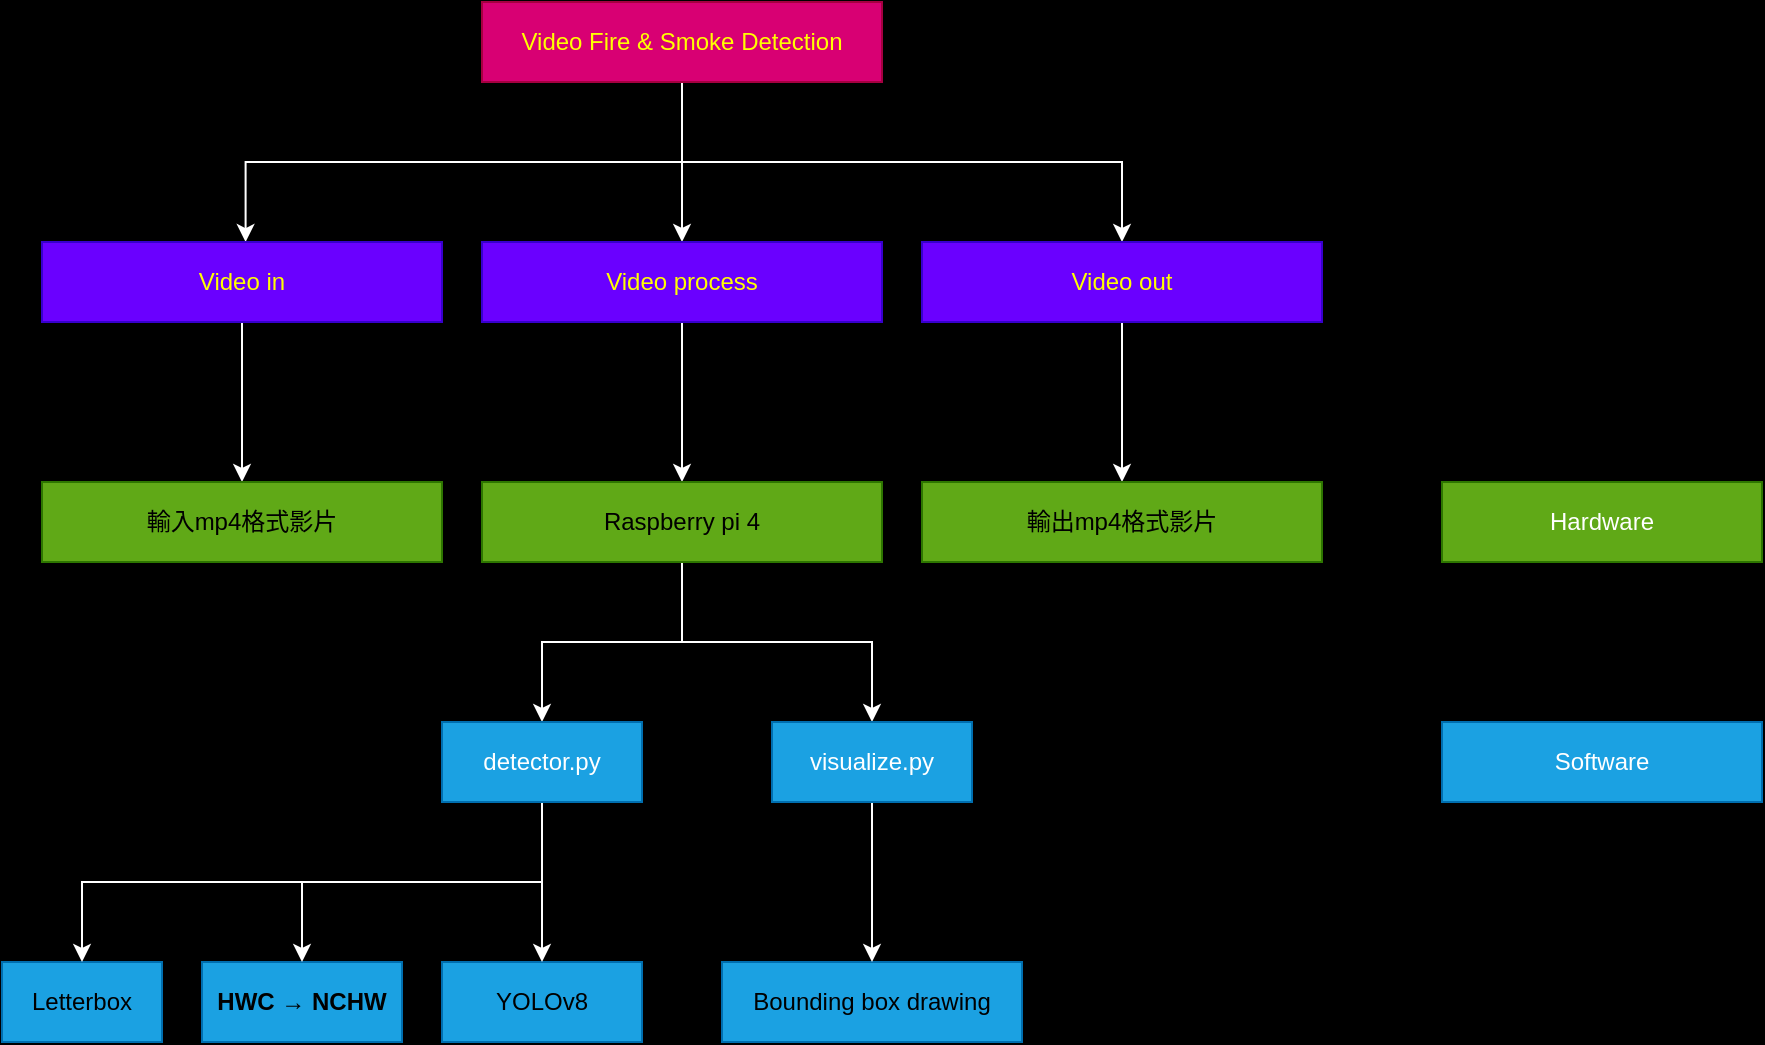
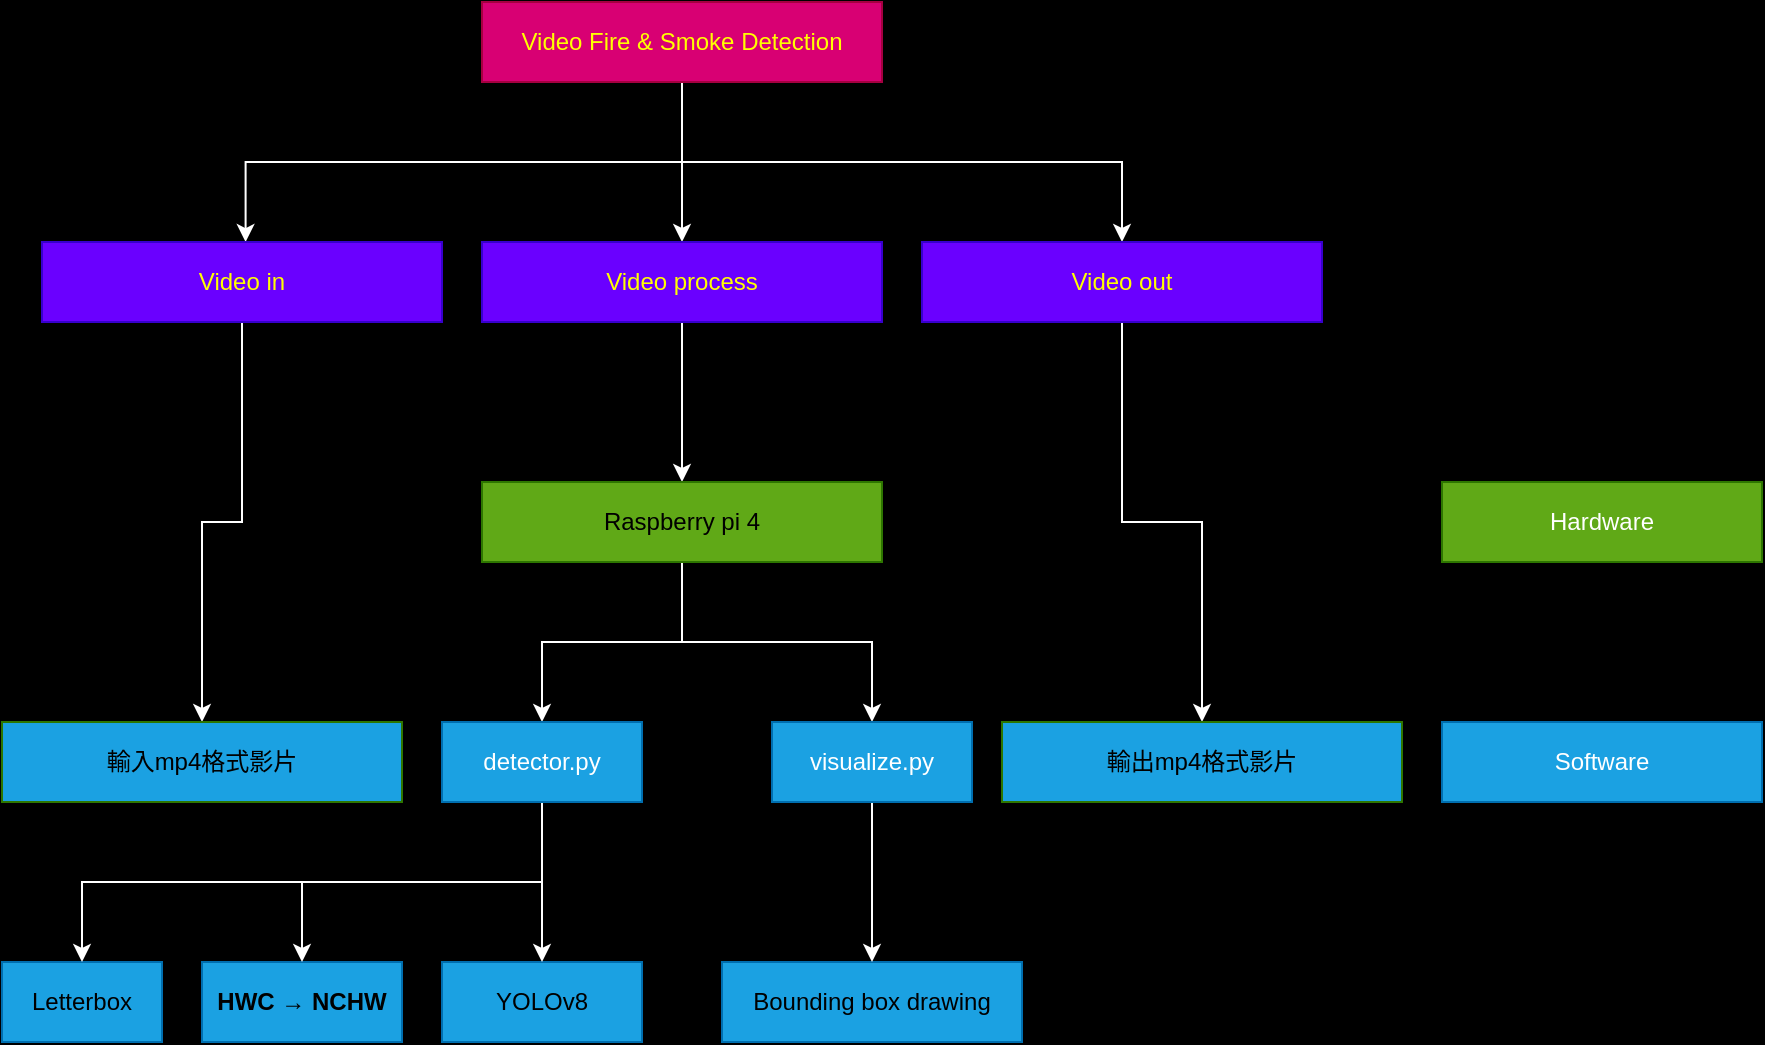
<mxfile host="65bd71144e">
    <diagram id="elFDKxKAeqgg4vxtUrqK" name="Page-1">
-         <mxGraphModel dx="1927" dy="953" grid="1" gridSize="10" guides="1" tooltips="1" connect="1" arrows="1" fold="1" page="1" pageScale="1" pageWidth="850" pageHeight="1100" background="#000000" math="0" shadow="0">
+         <mxGraphModel dx="1255" dy="1067" grid="1" gridSize="10" guides="1" tooltips="1" connect="1" arrows="1" fold="1" page="1" pageScale="1" pageWidth="850" pageHeight="1100" background="#000000" math="0" shadow="0">
            <root>
                <mxCell id="0"/>
                <mxCell id="1" parent="0"/>
-                 <mxCell id="8" style="edgeStyle=orthogonalEdgeStyle;html=1;exitX=0.5;exitY=1;exitDx=0;exitDy=0;fontColor=#FFFFFF;strokeColor=#FFFFFF;rounded=0;" edge="1" parent="1" source="4" target="6">
+                 <mxCell id="8" style="edgeStyle=orthogonalEdgeStyle;html=1;exitX=0.5;exitY=1;exitDx=0;exitDy=0;fontColor=#FFFFFF;strokeColor=#FFFFFF;rounded=0;" parent="1" source="4" target="6" edge="1">
                    <mxGeometry relative="1" as="geometry"/>
                </mxCell>
-                 <mxCell id="9" style="edgeStyle=orthogonalEdgeStyle;html=1;entryX=0.509;entryY=0.001;entryDx=0;entryDy=0;entryPerimeter=0;fontColor=#FFFFFF;strokeColor=#FFFFFF;rounded=0;" edge="1" parent="1" target="5">
+                 <mxCell id="9" style="edgeStyle=orthogonalEdgeStyle;html=1;entryX=0.509;entryY=0.001;entryDx=0;entryDy=0;entryPerimeter=0;fontColor=#FFFFFF;strokeColor=#FFFFFF;rounded=0;" parent="1" target="5" edge="1">
                    <mxGeometry relative="1" as="geometry">
                        <mxPoint x="380" y="160" as="sourcePoint"/>
                        <Array as="points">
                            <mxPoint x="380" y="200"/>
                            <mxPoint x="162" y="200"/>
                        </Array>
                    </mxGeometry>
                </mxCell>
-                 <mxCell id="10" style="edgeStyle=orthogonalEdgeStyle;html=1;exitX=0.5;exitY=1;exitDx=0;exitDy=0;entryX=0.5;entryY=0;entryDx=0;entryDy=0;fontColor=#FFFFFF;strokeColor=#FFFFFF;rounded=0;" edge="1" parent="1" source="4" target="7">
+                 <mxCell id="10" style="edgeStyle=orthogonalEdgeStyle;html=1;exitX=0.5;exitY=1;exitDx=0;exitDy=0;entryX=0.5;entryY=0;entryDx=0;entryDy=0;fontColor=#FFFFFF;strokeColor=#FFFFFF;rounded=0;" parent="1" source="4" target="7" edge="1">
                    <mxGeometry relative="1" as="geometry"/>
                </mxCell>
-                 <mxCell id="4" value="&lt;font color=&quot;#ffff00&quot;&gt;Video Fire &amp;amp; Smoke Detection&lt;/font&gt;" style="whiteSpace=wrap;fontColor=#ffffff;html=1;fillColor=#d80073;strokeColor=#A50040;" vertex="1" parent="1">
+                 <mxCell id="4" value="&lt;font color=&quot;#ffff00&quot;&gt;Video Fire &amp;amp; Smoke Detection&lt;/font&gt;" style="whiteSpace=wrap;fontColor=#ffffff;html=1;fillColor=#d80073;strokeColor=#A50040;" parent="1" vertex="1">
                    <mxGeometry x="280" y="120" width="200" height="40" as="geometry"/>
                </mxCell>
-                 <mxCell id="14" style="edgeStyle=orthogonalEdgeStyle;html=1;exitX=0.5;exitY=1;exitDx=0;exitDy=0;entryX=0.5;entryY=0;entryDx=0;entryDy=0;fontColor=#FFFFFF;strokeColor=#FFFFFF;rounded=0;" edge="1" parent="1" source="5" target="12">
+                 <mxCell id="14" style="edgeStyle=orthogonalEdgeStyle;html=1;exitX=0.5;exitY=1;exitDx=0;exitDy=0;entryX=0.5;entryY=0;entryDx=0;entryDy=0;fontColor=#FFFFFF;strokeColor=#FFFFFF;rounded=0;" parent="1" source="5" target="12" edge="1">
                    <mxGeometry relative="1" as="geometry"/>
                </mxCell>
-                 <mxCell id="5" value="&lt;font color=&quot;#ffff00&quot;&gt;Video in&lt;br&gt;&lt;/font&gt;" style="whiteSpace=wrap;fontColor=#ffffff;html=1;fillColor=#6a00ff;strokeColor=#3700CC;" vertex="1" parent="1">
+                 <mxCell id="5" value="&lt;font color=&quot;#ffff00&quot;&gt;Video in&lt;br&gt;&lt;/font&gt;" style="whiteSpace=wrap;fontColor=#ffffff;html=1;fillColor=#6a00ff;strokeColor=#3700CC;" parent="1" vertex="1">
                    <mxGeometry x="60" y="240" width="200" height="40" as="geometry"/>
                </mxCell>
-                 <mxCell id="17" style="edgeStyle=orthogonalEdgeStyle;html=1;exitX=0.5;exitY=1;exitDx=0;exitDy=0;entryX=0.5;entryY=0;entryDx=0;entryDy=0;fontColor=#FFFFFF;strokeColor=#FFFFFF;rounded=0;" edge="1" parent="1" source="6" target="16">
+                 <mxCell id="17" style="edgeStyle=orthogonalEdgeStyle;html=1;exitX=0.5;exitY=1;exitDx=0;exitDy=0;entryX=0.5;entryY=0;entryDx=0;entryDy=0;fontColor=#FFFFFF;strokeColor=#FFFFFF;rounded=0;" parent="1" source="6" target="16" edge="1">
                    <mxGeometry relative="1" as="geometry"/>
                </mxCell>
-                 <mxCell id="6" value="&lt;font color=&quot;#ffff00&quot;&gt;Video process&lt;br&gt;&lt;/font&gt;" style="whiteSpace=wrap;fontColor=#ffffff;html=1;fillColor=#6a00ff;strokeColor=#3700CC;" vertex="1" parent="1">
+                 <mxCell id="6" value="&lt;font color=&quot;#ffff00&quot;&gt;Video process&lt;br&gt;&lt;/font&gt;" style="whiteSpace=wrap;fontColor=#ffffff;html=1;fillColor=#6a00ff;strokeColor=#3700CC;" parent="1" vertex="1">
                    <mxGeometry x="280" y="240" width="200" height="40" as="geometry"/>
                </mxCell>
-                 <mxCell id="15" style="edgeStyle=orthogonalEdgeStyle;html=1;exitX=0.5;exitY=1;exitDx=0;exitDy=0;entryX=0.5;entryY=0;entryDx=0;entryDy=0;fontColor=#FFFFFF;strokeColor=#FFFFFF;rounded=0;" edge="1" parent="1" source="7" target="13">
+                 <mxCell id="15" style="edgeStyle=orthogonalEdgeStyle;html=1;exitX=0.5;exitY=1;exitDx=0;exitDy=0;entryX=0.5;entryY=0;entryDx=0;entryDy=0;fontColor=#FFFFFF;strokeColor=#FFFFFF;rounded=0;" parent="1" source="7" target="13" edge="1">
                    <mxGeometry relative="1" as="geometry"/>
                </mxCell>
-                 <mxCell id="7" value="&lt;font color=&quot;#ffff00&quot;&gt;Video out&lt;/font&gt;" style="whiteSpace=wrap;fontColor=#ffffff;html=1;fillColor=#6a00ff;strokeColor=#3700CC;" vertex="1" parent="1">
+                 <mxCell id="7" value="&lt;font color=&quot;#ffff00&quot;&gt;Video out&lt;/font&gt;" style="whiteSpace=wrap;fontColor=#ffffff;html=1;fillColor=#6a00ff;strokeColor=#3700CC;" parent="1" vertex="1">
                    <mxGeometry x="500" y="240" width="200" height="40" as="geometry"/>
                </mxCell>
-                 <mxCell id="12" value="&lt;font&gt;輸入mp4格式影片&lt;br&gt;&lt;/font&gt;" style="whiteSpace=wrap;fontColor=default;html=1;fillColor=#60a917;strokeColor=#2D7600;" vertex="1" parent="1">
-                     <mxGeometry x="60" y="360" width="200" height="40" as="geometry"/>
+                 <mxCell id="12" value="&lt;font&gt;輸入mp4格式影片&lt;br&gt;&lt;/font&gt;" style="whiteSpace=wrap;fontColor=default;html=1;fillColor=#1BA1E2;strokeColor=#2D7600;" parent="1" vertex="1">
+                     <mxGeometry x="40" y="480" width="200" height="40" as="geometry"/>
                </mxCell>
-                 <mxCell id="13" value="&lt;font&gt;輸出mp4格式影片&lt;br&gt;&lt;/font&gt;" style="whiteSpace=wrap;fontColor=default;html=1;fillColor=#60a917;strokeColor=#2D7600;" vertex="1" parent="1">
-                     <mxGeometry x="500" y="360" width="200" height="40" as="geometry"/>
+                 <mxCell id="13" value="&lt;font&gt;輸出mp4格式影片&lt;br&gt;&lt;/font&gt;" style="whiteSpace=wrap;fontColor=default;html=1;fillColor=#1BA1E2;strokeColor=#2D7600;" parent="1" vertex="1">
+                     <mxGeometry x="540" y="480" width="200" height="40" as="geometry"/>
                </mxCell>
-                 <mxCell id="28" style="edgeStyle=orthogonalEdgeStyle;html=1;exitX=0.5;exitY=1;exitDx=0;exitDy=0;entryX=0.5;entryY=0;entryDx=0;entryDy=0;fontSize=12;fontColor=#FFFFFF;strokeColor=#FFFFFF;rounded=0;" edge="1" parent="1" source="16" target="26">
+                 <mxCell id="28" style="edgeStyle=orthogonalEdgeStyle;html=1;exitX=0.5;exitY=1;exitDx=0;exitDy=0;entryX=0.5;entryY=0;entryDx=0;entryDy=0;fontSize=12;fontColor=#FFFFFF;strokeColor=#FFFFFF;rounded=0;" parent="1" source="16" target="26" edge="1">
                    <mxGeometry relative="1" as="geometry"/>
                </mxCell>
-                 <mxCell id="29" style="edgeStyle=orthogonalEdgeStyle;html=1;exitX=0.5;exitY=1;exitDx=0;exitDy=0;entryX=0.5;entryY=0;entryDx=0;entryDy=0;fontSize=12;fontColor=#FFFFFF;strokeColor=#FFFFFF;rounded=0;" edge="1" parent="1" source="16" target="27">
+                 <mxCell id="29" style="edgeStyle=orthogonalEdgeStyle;html=1;exitX=0.5;exitY=1;exitDx=0;exitDy=0;entryX=0.5;entryY=0;entryDx=0;entryDy=0;fontSize=12;fontColor=#FFFFFF;strokeColor=#FFFFFF;rounded=0;" parent="1" source="16" target="27" edge="1">
                    <mxGeometry relative="1" as="geometry"/>
                </mxCell>
-                 <mxCell id="16" value="Raspberry pi 4" style="whiteSpace=wrap;fontColor=default;html=1;fillColor=#60a917;strokeColor=#2D7600;" vertex="1" parent="1">
+                 <mxCell id="16" value="Raspberry pi 4" style="whiteSpace=wrap;fontColor=default;html=1;fillColor=#60a917;strokeColor=#2D7600;" parent="1" vertex="1">
                    <mxGeometry x="280" y="360" width="200" height="40" as="geometry"/>
                </mxCell>
-                 <mxCell id="19" value="Letterbox" style="whiteSpace=wrap;html=1;labelBackgroundColor=none;fontColor=default;fillColor=#1ba1e2;strokeColor=#006EAF;fontSize=12;" vertex="1" parent="1">
+                 <mxCell id="19" value="Letterbox" style="whiteSpace=wrap;html=1;labelBackgroundColor=none;fontColor=default;fillColor=#1ba1e2;strokeColor=#006EAF;fontSize=12;" parent="1" vertex="1">
                    <mxGeometry x="40" y="600" width="80" height="40" as="geometry"/>
                </mxCell>
-                 <mxCell id="20" value="&lt;span style=&quot;box-sizing: border-box; margin: 0px; padding: 0px; --tw-border-spacing-x: 0; --tw-border-spacing-y: 0; --tw-translate-x: 0; --tw-translate-y: 0; --tw-rotate: 0; --tw-skew-x: 0; --tw-skew-y: 0; --tw-scale-x: 1; --tw-scale-y: 1; --tw-pan-x: ; --tw-pan-y: ; --tw-pinch-zoom: ; --tw-scroll-snap-strictness: proximity; --tw-gradient-from-position: ; --tw-gradient-via-position: ; --tw-gradient-to-position: ; --tw-ordinal: ; --tw-slashed-zero: ; --tw-numeric-figure: ; --tw-numeric-spacing: ; --tw-numeric-fraction: ; --tw-ring-inset: ; --tw-ring-offset-width: 0px; --tw-ring-offset-color: #fff; --tw-ring-color: rgb(59 130 246 / 0.5); --tw-ring-offset-shadow: 0 0 #0000; --tw-ring-shadow: 0 0 #0000; --tw-shadow: 0 0 #0000; --tw-shadow-colored: 0 0 #0000; --tw-blur: ; --tw-brightness: ; --tw-contrast: ; --tw-grayscale: ; --tw-hue-rotate: ; --tw-invert: ; --tw-saturate: ; --tw-sepia: ; --tw-drop-shadow: ; --tw-backdrop-blur: ; --tw-backdrop-brightness: ; --tw-backdrop-contrast: ; --tw-backdrop-grayscale: ; --tw-backdrop-hue-rotate: ; --tw-backdrop-invert: ; --tw-backdrop-opacity: ; --tw-backdrop-saturate: ; --tw-backdrop-sepia: ; --tw-contain-size: ; --tw-contain-layout: ; --tw-contain-paint: ; --tw-contain-style: ; border-width: 0px; border-style: solid; border-color: rgb(229, 231, 235); font-weight: bolder; font-family: &amp;quot;Noto Sans TC&amp;quot;, sans-serif; text-align: start; font-size: 12px;&quot;&gt;&lt;font style=&quot;font-size: 12px;&quot;&gt;HWC → NCHW&lt;/font&gt;&lt;/span&gt;" style="whiteSpace=wrap;html=1;labelBackgroundColor=none;fontColor=default;fillColor=#1ba1e2;strokeColor=#006EAF;fontSize=12;" vertex="1" parent="1">
+                 <mxCell id="20" value="&lt;span style=&quot;box-sizing: border-box; margin: 0px; padding: 0px; --tw-border-spacing-x: 0; --tw-border-spacing-y: 0; --tw-translate-x: 0; --tw-translate-y: 0; --tw-rotate: 0; --tw-skew-x: 0; --tw-skew-y: 0; --tw-scale-x: 1; --tw-scale-y: 1; --tw-pan-x: ; --tw-pan-y: ; --tw-pinch-zoom: ; --tw-scroll-snap-strictness: proximity; --tw-gradient-from-position: ; --tw-gradient-via-position: ; --tw-gradient-to-position: ; --tw-ordinal: ; --tw-slashed-zero: ; --tw-numeric-figure: ; --tw-numeric-spacing: ; --tw-numeric-fraction: ; --tw-ring-inset: ; --tw-ring-offset-width: 0px; --tw-ring-offset-color: #fff; --tw-ring-color: rgb(59 130 246 / 0.5); --tw-ring-offset-shadow: 0 0 #0000; --tw-ring-shadow: 0 0 #0000; --tw-shadow: 0 0 #0000; --tw-shadow-colored: 0 0 #0000; --tw-blur: ; --tw-brightness: ; --tw-contrast: ; --tw-grayscale: ; --tw-hue-rotate: ; --tw-invert: ; --tw-saturate: ; --tw-sepia: ; --tw-drop-shadow: ; --tw-backdrop-blur: ; --tw-backdrop-brightness: ; --tw-backdrop-contrast: ; --tw-backdrop-grayscale: ; --tw-backdrop-hue-rotate: ; --tw-backdrop-invert: ; --tw-backdrop-opacity: ; --tw-backdrop-saturate: ; --tw-backdrop-sepia: ; --tw-contain-size: ; --tw-contain-layout: ; --tw-contain-paint: ; --tw-contain-style: ; border-width: 0px; border-style: solid; border-color: rgb(229, 231, 235); font-weight: bolder; font-family: &amp;quot;Noto Sans TC&amp;quot;, sans-serif; text-align: start; font-size: 12px;&quot;&gt;&lt;font style=&quot;font-size: 12px;&quot;&gt;HWC → NCHW&lt;/font&gt;&lt;/span&gt;" style="whiteSpace=wrap;html=1;labelBackgroundColor=none;fontColor=default;fillColor=#1ba1e2;strokeColor=#006EAF;fontSize=12;" parent="1" vertex="1">
                    <mxGeometry x="140" y="600" width="100" height="40" as="geometry"/>
                </mxCell>
-                 <mxCell id="22" value="&lt;span style=&quot;font-family: &amp;quot;Noto Sans TC&amp;quot;, sans-serif; font-size: 12px; text-align: start;&quot;&gt;YOLOv8&lt;/span&gt;" style="whiteSpace=wrap;html=1;labelBackgroundColor=none;fontColor=default;fillColor=#1ba1e2;strokeColor=#006EAF;fontSize=12;" vertex="1" parent="1">
+                 <mxCell id="22" value="&lt;span style=&quot;font-family: &amp;quot;Noto Sans TC&amp;quot;, sans-serif; font-size: 12px; text-align: start;&quot;&gt;YOLOv8&lt;/span&gt;" style="whiteSpace=wrap;html=1;labelBackgroundColor=none;fontColor=default;fillColor=#1ba1e2;strokeColor=#006EAF;fontSize=12;" parent="1" vertex="1">
                    <mxGeometry x="260" y="600" width="100" height="40" as="geometry"/>
                </mxCell>
-                 <mxCell id="24" value="Bounding box drawing" style="whiteSpace=wrap;labelBackgroundColor=none;fontColor=default;align=center;verticalAlign=middle;html=1;fillColor=#1ba1e2;strokeColor=#006EAF;fontSize=12;" vertex="1" parent="1">
+                 <mxCell id="24" value="Bounding box drawing" style="whiteSpace=wrap;labelBackgroundColor=none;fontColor=default;align=center;verticalAlign=middle;html=1;fillColor=#1ba1e2;strokeColor=#006EAF;fontSize=12;" parent="1" vertex="1">
                    <mxGeometry x="400" y="600" width="150" height="40" as="geometry"/>
                </mxCell>
-                 <mxCell id="30" style="edgeStyle=orthogonalEdgeStyle;html=1;exitX=0.5;exitY=1;exitDx=0;exitDy=0;entryX=0.5;entryY=0;entryDx=0;entryDy=0;fontSize=12;fontColor=#FFFFFF;fillColor=#1ba1e2;strokeColor=#FFFFFF;rounded=0;" edge="1" parent="1" source="26" target="19">
+                 <mxCell id="30" style="edgeStyle=orthogonalEdgeStyle;html=1;exitX=0.5;exitY=1;exitDx=0;exitDy=0;entryX=0.5;entryY=0;entryDx=0;entryDy=0;fontSize=12;fontColor=#FFFFFF;fillColor=#1ba1e2;strokeColor=#FFFFFF;rounded=0;" parent="1" source="26" target="19" edge="1">
                    <mxGeometry relative="1" as="geometry"/>
                </mxCell>
-                 <mxCell id="31" style="edgeStyle=orthogonalEdgeStyle;html=1;exitX=0.5;exitY=1;exitDx=0;exitDy=0;entryX=0.5;entryY=0;entryDx=0;entryDy=0;fontSize=12;fontColor=#FFFFFF;fillColor=#1ba1e2;strokeColor=#FFFFFF;rounded=0;" edge="1" parent="1" source="26" target="20">
+                 <mxCell id="31" style="edgeStyle=orthogonalEdgeStyle;html=1;exitX=0.5;exitY=1;exitDx=0;exitDy=0;entryX=0.5;entryY=0;entryDx=0;entryDy=0;fontSize=12;fontColor=#FFFFFF;fillColor=#1ba1e2;strokeColor=#FFFFFF;rounded=0;" parent="1" source="26" target="20" edge="1">
                    <mxGeometry relative="1" as="geometry"/>
                </mxCell>
-                 <mxCell id="32" style="edgeStyle=orthogonalEdgeStyle;html=1;exitX=0.5;exitY=1;exitDx=0;exitDy=0;entryX=0.5;entryY=0;entryDx=0;entryDy=0;fontSize=12;fontColor=#FFFFFF;fillColor=#1ba1e2;strokeColor=#FFFFFF;rounded=0;" edge="1" parent="1" source="26" target="22">
+                 <mxCell id="32" style="edgeStyle=orthogonalEdgeStyle;html=1;exitX=0.5;exitY=1;exitDx=0;exitDy=0;entryX=0.5;entryY=0;entryDx=0;entryDy=0;fontSize=12;fontColor=#FFFFFF;fillColor=#1ba1e2;strokeColor=#FFFFFF;rounded=0;" parent="1" source="26" target="22" edge="1">
                    <mxGeometry relative="1" as="geometry"/>
                </mxCell>
-                 <mxCell id="26" value="detector.py" style="whiteSpace=wrap;labelBackgroundColor=none;fontColor=#ffffff;fillColor=#1ba1e2;strokeColor=#006EAF;html=1;" vertex="1" parent="1">
+                 <mxCell id="26" value="detector.py" style="whiteSpace=wrap;labelBackgroundColor=none;fontColor=#ffffff;fillColor=#1ba1e2;strokeColor=#006EAF;html=1;" parent="1" vertex="1">
                    <mxGeometry x="260" y="480" width="100" height="40" as="geometry"/>
                </mxCell>
-                 <mxCell id="33" style="edgeStyle=orthogonalEdgeStyle;html=1;exitX=0.5;exitY=1;exitDx=0;exitDy=0;entryX=0.5;entryY=0;entryDx=0;entryDy=0;fontSize=12;fontColor=#FFFFFF;fillColor=#1ba1e2;strokeColor=#FFFFFF;rounded=0;" edge="1" parent="1" source="27" target="24">
+                 <mxCell id="33" style="edgeStyle=orthogonalEdgeStyle;html=1;exitX=0.5;exitY=1;exitDx=0;exitDy=0;entryX=0.5;entryY=0;entryDx=0;entryDy=0;fontSize=12;fontColor=#FFFFFF;fillColor=#1ba1e2;strokeColor=#FFFFFF;rounded=0;" parent="1" source="27" target="24" edge="1">
                    <mxGeometry relative="1" as="geometry"/>
                </mxCell>
-                 <mxCell id="27" value="visualize.py" style="whiteSpace=wrap;labelBackgroundColor=none;fontColor=#ffffff;fillColor=#1ba1e2;strokeColor=#006EAF;html=1;" vertex="1" parent="1">
+                 <mxCell id="27" value="visualize.py" style="whiteSpace=wrap;labelBackgroundColor=none;fontColor=#ffffff;fillColor=#1ba1e2;strokeColor=#006EAF;html=1;" parent="1" vertex="1">
                    <mxGeometry x="425" y="480" width="100" height="40" as="geometry"/>
                </mxCell>
-                 <mxCell id="34" value="Hardware" style="whiteSpace=wrap;html=1;labelBackgroundColor=none;fontSize=12;fontColor=#ffffff;fillColor=#60a917;strokeColor=#2D7600;" vertex="1" parent="1">
+                 <mxCell id="34" value="Hardware" style="whiteSpace=wrap;html=1;labelBackgroundColor=none;fontSize=12;fontColor=#ffffff;fillColor=#60a917;strokeColor=#2D7600;" parent="1" vertex="1">
                    <mxGeometry x="760" y="360" width="160" height="40" as="geometry"/>
                </mxCell>
-                 <mxCell id="35" value="Software" style="whiteSpace=wrap;html=1;labelBackgroundColor=none;fontSize=12;fontColor=#ffffff;fillColor=#1ba1e2;strokeColor=#006EAF;" vertex="1" parent="1">
+                 <mxCell id="35" value="Software" style="whiteSpace=wrap;html=1;labelBackgroundColor=none;fontSize=12;fontColor=#ffffff;fillColor=#1ba1e2;strokeColor=#006EAF;" parent="1" vertex="1">
                    <mxGeometry x="760" y="480" width="160" height="40" as="geometry"/>
                </mxCell>
            </root>
        </mxGraphModel>
    </diagram>
</mxfile>